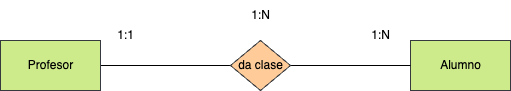
Earlier version of the draw.io export Tareas/Unidad_2/tarea1/Ejercicio1.drawio.png (antonioinigo/base-datos). Source tidied: cells renumbered, new cells last; positions are measured from the earlier drawing's top-left corner, leaving out a move shared by most shapes.
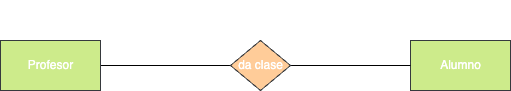
Later version of the same file.

Diff of the diagram source:
```diff
@@ -2,28 +2,28 @@
   <root>
     <mxCell id="0" />
     <mxCell id="1" parent="0" />
-    <mxCell id="2" style="html=1;entryX=0;entryY=0.5;entryDx=0;entryDy=0;fontColor=#000000;endArrow=none;endFill=0;" parent="1" edge="1" source="3" target="6">
+    <mxCell id="2" style="html=1;entryX=0;entryY=0.5;entryDx=0;entryDy=0;fontColor=#FFFFFF;endArrow=none;endFill=0;" parent="1" edge="1" source="3" target="6">
       <mxGeometry relative="1" as="geometry" />
     </mxCell>
-    <mxCell id="3" value="&lt;font color=&quot;#000000&quot;&gt;Profesor&lt;/font&gt;" style="html=1;dashed=0;whitespace=wrap;fillColor=#cdeb8b;strokeColor=#36393d;" parent="1" vertex="1">
+    <mxCell id="3" value="&lt;font&gt;Profesor&lt;/font&gt;" style="html=1;dashed=0;whitespace=wrap;fillColor=#cdeb8b;strokeColor=#36393d;fontColor=#FFFFFF;" parent="1" vertex="1">
       <mxGeometry y="40" width="100" height="50" as="geometry" />
     </mxCell>
-    <mxCell id="4" value="&lt;font color=&quot;#000000&quot;&gt;Alumno&lt;/font&gt;" style="html=1;dashed=0;whitespace=wrap;fillColor=#cdeb8b;strokeColor=#36393d;" parent="1" vertex="1">
+    <mxCell id="4" value="&lt;font&gt;Alumno&lt;/font&gt;" style="html=1;dashed=0;whitespace=wrap;fillColor=#cdeb8b;strokeColor=#36393d;fontColor=#FFFFFF;" parent="1" vertex="1">
       <mxGeometry x="410" y="40" width="100" height="50" as="geometry" />
     </mxCell>
-    <mxCell id="5" style="edgeStyle=none;html=1;fontColor=#000000;endArrow=none;endFill=0;" parent="1" edge="1" source="6" target="4">
+    <mxCell id="5" style="edgeStyle=none;html=1;fontColor=#FFFFFF;endArrow=none;endFill=0;" parent="1" edge="1" source="6" target="4">
       <mxGeometry relative="1" as="geometry" />
     </mxCell>
-    <mxCell id="6" value="&lt;font color=&quot;#000000&quot;&gt;da clase&lt;/font&gt;" style="shape=rhombus;html=1;dashed=0;whitespace=wrap;perimeter=rhombusPerimeter;fillColor=#ffcc99;strokeColor=#36393d;" parent="1" vertex="1">
+    <mxCell id="6" value="&lt;font&gt;da clase&lt;/font&gt;" style="shape=rhombus;html=1;dashed=0;whitespace=wrap;perimeter=rhombusPerimeter;fillColor=#ffcc99;strokeColor=#36393d;fontColor=#FFFFFF;" parent="1" vertex="1">
       <mxGeometry x="230" y="40" width="60" height="50" as="geometry" />
     </mxCell>
-    <mxCell id="7" value="1:1" style="text;html=1;align=center;verticalAlign=middle;strokeColor=none;fillColor=none;fontColor=#000000;" parent="1" vertex="1">
+    <mxCell id="7" value="1:1" style="text;html=1;align=center;verticalAlign=middle;strokeColor=none;fillColor=none;fontColor=#FFFFFF;" parent="1" vertex="1">
       <mxGeometry x="105" y="20" width="40" height="30" as="geometry" />
     </mxCell>
-    <mxCell id="8" value="1:N" style="text;html=1;align=center;verticalAlign=middle;strokeColor=none;fillColor=none;fontColor=#000000;" parent="1" vertex="1">
+    <mxCell id="8" value="1:N" style="text;html=1;align=center;verticalAlign=middle;strokeColor=none;fillColor=none;fontColor=#FFFFFF;" parent="1" vertex="1">
       <mxGeometry x="360" y="20" width="40" height="30" as="geometry" />
     </mxCell>
-    <mxCell id="9" value="1:N" style="text;html=1;align=center;verticalAlign=middle;strokeColor=none;fillColor=none;fontColor=#000000;" parent="1" vertex="1">
+    <mxCell id="9" value="1:N" style="text;html=1;align=center;verticalAlign=middle;strokeColor=none;fillColor=none;fontColor=#FFFFFF;" parent="1" vertex="1">
       <mxGeometry x="240" width="40" height="30" as="geometry" />
     </mxCell>
   </root>
```
